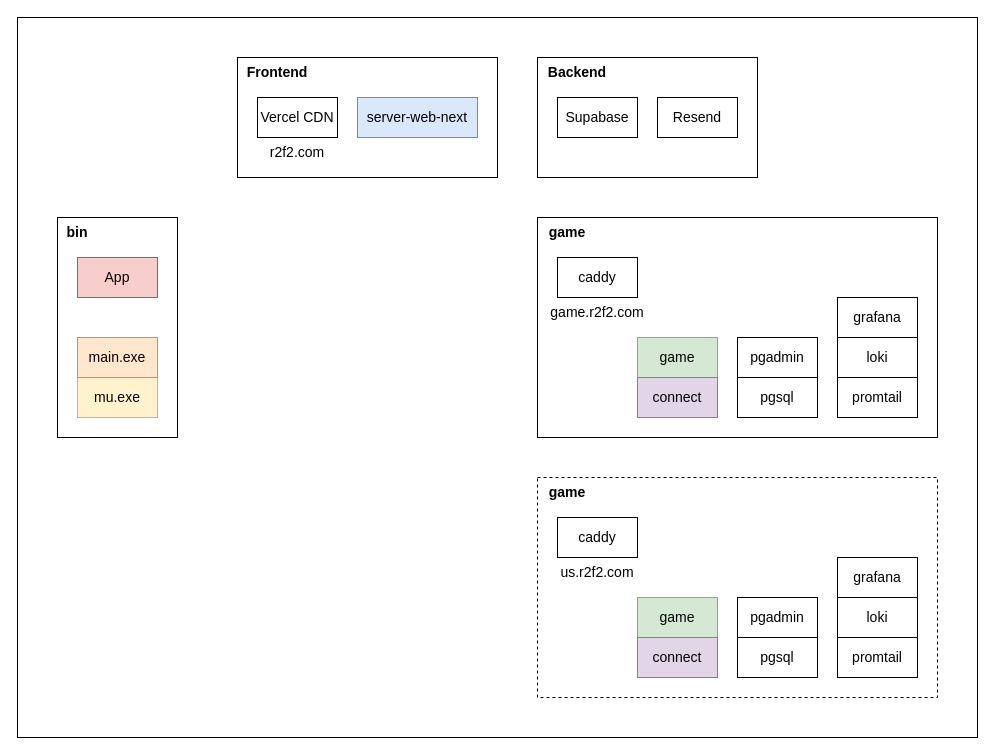
The draw.io diagram docker/deploy.drawio in xujintao/balgass, before the edit. Source tidied: cells renumbered, new cells numbered last; positions are measured from the earlier drawing's top-left corner, leaving out a move shared by most shapes. Both pictures are drawn from the tidied source at 100%, with x=0, y=0 at pixel (17, 17).
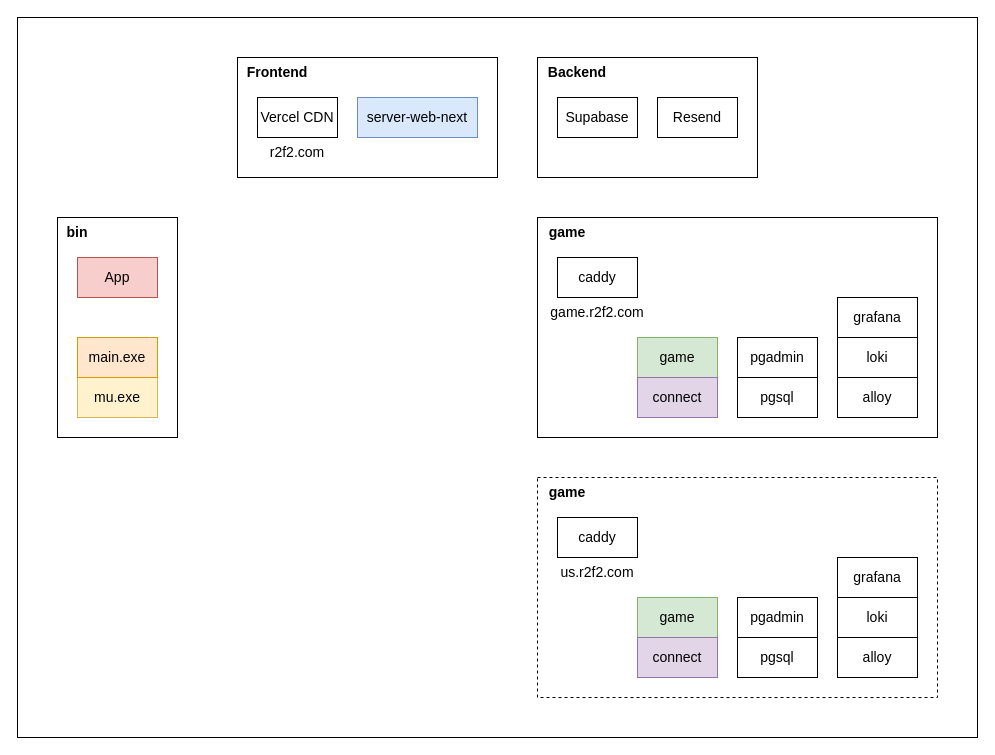
Above is the later version.

Change to the diagram source:
```diff
@@
-    <mxCell id="23" value="promtail" style="rounded=0;whiteSpace=wrap;html=1;fontSize=14;" parent="1" vertex="1">
+    <mxCell id="23" value="alloy" style="rounded=0;whiteSpace=wrap;html=1;fontSize=14;" parent="1" vertex="1">
       <mxGeometry x="820" y="360" width="80" height="40" as="geometry" />
     </mxCell>
@@
-    <mxCell id="34" value="promtail" style="rounded=0;whiteSpace=wrap;html=1;fontSize=14;" parent="1" vertex="1">
+    <mxCell id="34" value="alloy" style="rounded=0;whiteSpace=wrap;html=1;fontSize=14;" parent="1" vertex="1">
       <mxGeometry x="820" y="620" width="80" height="40" as="geometry" />
     </mxCell>
```
